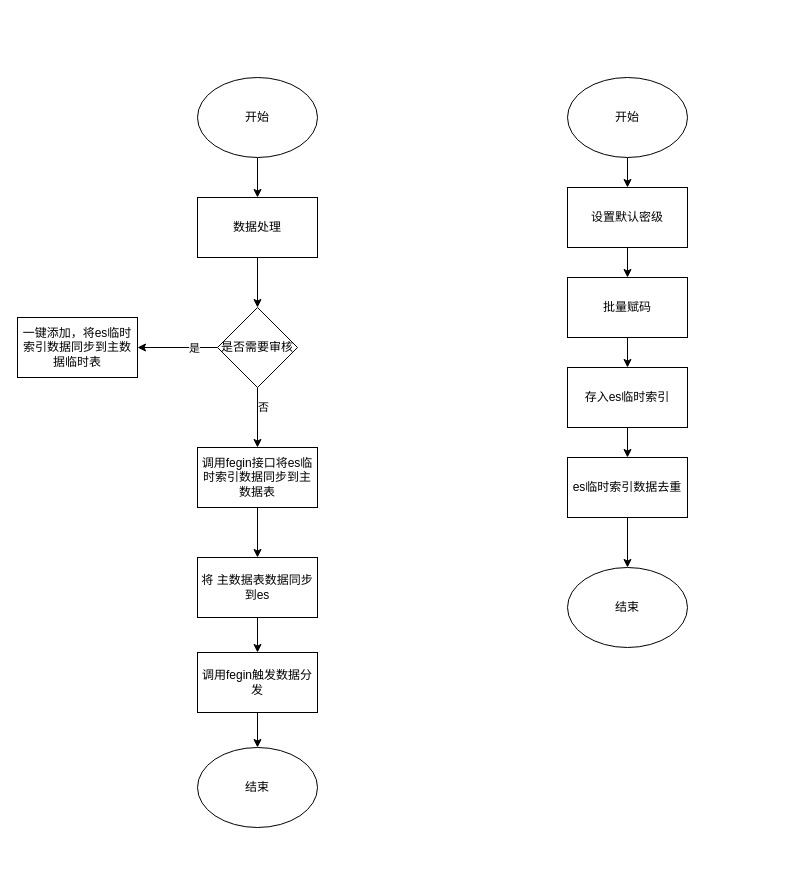
This is 主数据自动化-数据入库.drawio from weiqingping/dw, a draw.io file, before an edit. Source tidied: cells renumbered, new cells numbered last; positions are measured from the earlier drawing's top-left corner, leaving out a move shared by most shapes. Both pictures are drawn from the tidied source at 100%, with x=0, y=0 at pixel (17, 77).
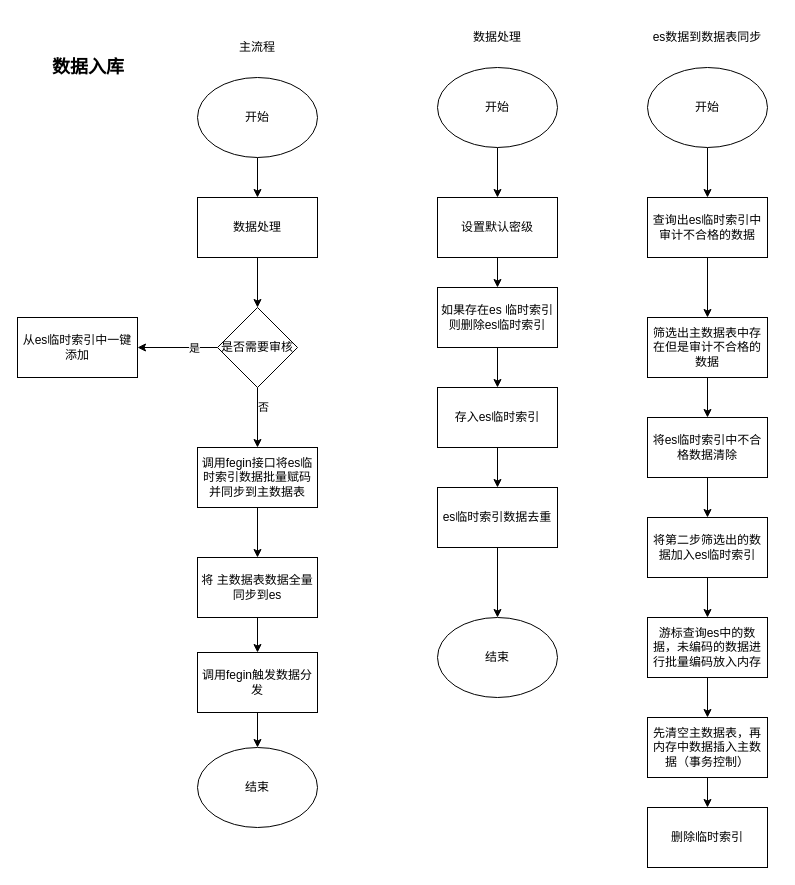
The same diagram, later.

Commit message:
更新主数据自动化-数据入库.drawio

What changed in the source:
```diff
@@
-    <mxCell id="11" value="一键添加，将es临时索引数据同步到主数据临时表" style="rounded=0;whiteSpace=wrap;html=1;" parent="1" vertex="1">
+    <mxCell id="11" value="从es临时索引中一键添加" style="rounded=0;whiteSpace=wrap;html=1;" parent="1" vertex="1">
       <mxGeometry y="240" width="120" height="60" as="geometry" />
     </mxCell>
@@
-    <mxCell id="13" value="调用fegin接口将es临时索引数据同步到主数据表" style="rounded=0;whiteSpace=wrap;html=1;" parent="1" vertex="1">
+    <mxCell id="13" value="调用fegin接口将es临时索引数据批量赋码并同步到主数据表" style="rounded=0;whiteSpace=wrap;html=1;" parent="1" vertex="1">
       <mxGeometry x="180" y="370" width="120" height="60" as="geometry" />
     </mxCell>
@@
     <mxCell id="17" value="开始" style="ellipse;whiteSpace=wrap;html=1;" parent="1" vertex="1">
-      <mxGeometry x="550" width="120" height="80" as="geometry" />
+      <mxGeometry x="420" y="-10" width="120" height="80" as="geometry" />
     </mxCell>
@@
     <mxCell id="19" value="存入es临时索引" style="rounded=0;whiteSpace=wrap;html=1;" parent="1" vertex="1">
-      <mxGeometry x="550" y="290" width="120" height="60" as="geometry" />
+      <mxGeometry x="420" y="310" width="120" height="60" as="geometry" />
     </mxCell>
@@
     <mxCell id="21" value="es临时索引数据去重" style="rounded=0;whiteSpace=wrap;html=1;" parent="1" vertex="1">
-      <mxGeometry x="550" y="380" width="120" height="60" as="geometry" />
+      <mxGeometry x="420" y="410" width="120" height="60" as="geometry" />
     </mxCell>
-    <mxCell id="22" style="edgeStyle=orthogonalEdgeStyle;rounded=0;jettySize=auto;html=1;" parent="1" edge="1" source="23" target="25">
-      <mxGeometry relative="1" as="geometry" />
-    </mxCell>
+    <mxCell id="30" style="edgeStyle=orthogonalEdgeStyle;rounded=0;jettySize=auto;html=1;" parent="1" edge="1" source="23" target="51">
+      <mxGeometry relative="1" as="geometry" />
+    </mxCell>
     <mxCell id="23" value="设置默认密级" style="rounded=0;whiteSpace=wrap;html=1;" parent="1" vertex="1">
-      <mxGeometry x="550" y="110" width="120" height="60" as="geometry" />
+      <mxGeometry x="420" y="120" width="120" height="60" as="geometry" />
     </mxCell>
-    <mxCell id="24" style="edgeStyle=orthogonalEdgeStyle;rounded=0;jettySize=auto;html=1;" parent="1" edge="1" source="25" target="19">
-      <mxGeometry relative="1" as="geometry" />
-    </mxCell>
-    <mxCell id="25" value="批量赋码" style="rounded=0;whiteSpace=wrap;html=1;" parent="1" vertex="1">
-      <mxGeometry x="550" y="200" width="120" height="60" as="geometry" />
-    </mxCell>
@@
-    <mxCell id="27" value="将 主数据表数据同步到es" style="rounded=0;whiteSpace=wrap;html=1;" parent="1" vertex="1">
+    <mxCell id="27" value="将 主数据表数据全量同步到es" style="rounded=0;whiteSpace=wrap;html=1;" parent="1" vertex="1">
       <mxGeometry x="180" y="480" width="120" height="60" as="geometry" />
     </mxCell>
@@
     <mxCell id="29" value="结束" style="ellipse;whiteSpace=wrap;html=1;" parent="1" vertex="1">
-      <mxGeometry x="550" y="490" width="120" height="80" as="geometry" />
+      <mxGeometry x="420" y="540" width="120" height="80" as="geometry" />
     </mxCell>
+    <mxCell id="31" value="主流程" style="text;html=1;align=center;verticalAlign=middle;whiteSpace=wrap;rounded=0;" parent="1" vertex="1">
+      <mxGeometry x="210" y="-50" width="60" height="40" as="geometry" />
+    </mxCell>
+    <mxCell id="32" value="数据处理" style="text;html=1;align=center;verticalAlign=middle;whiteSpace=wrap;rounded=0;" parent="1" vertex="1">
+      <mxGeometry x="450" y="-60" width="60" height="40" as="geometry" />
+    </mxCell>
+    <mxCell id="33" style="edgeStyle=orthogonalEdgeStyle;rounded=0;jettySize=auto;html=1;" parent="1" edge="1" source="34" target="37">
+      <mxGeometry relative="1" as="geometry" />
+    </mxCell>
+    <mxCell id="34" value="开始" style="ellipse;whiteSpace=wrap;html=1;" parent="1" vertex="1">
+      <mxGeometry x="630" y="-10" width="120" height="80" as="geometry" />
+    </mxCell>
+    <mxCell id="35" value="es数据到数据表同步" style="text;html=1;align=center;verticalAlign=middle;whiteSpace=wrap;rounded=0;" parent="1" vertex="1">
+      <mxGeometry x="620" y="-57.5" width="140" height="35" as="geometry" />
+    </mxCell>
+    <mxCell id="36" style="edgeStyle=orthogonalEdgeStyle;rounded=0;jettySize=auto;html=1;" parent="1" edge="1" source="37" target="39">
+      <mxGeometry relative="1" as="geometry" />
+    </mxCell>
+    <mxCell id="37" value="查询出es临时索引中审计不合格的数据" style="rounded=0;whiteSpace=wrap;html=1;" parent="1" vertex="1">
+      <mxGeometry x="630" y="120" width="120" height="60" as="geometry" />
+    </mxCell>
+    <mxCell id="38" style="edgeStyle=orthogonalEdgeStyle;rounded=0;jettySize=auto;html=1;" parent="1" edge="1" source="39" target="41">
+      <mxGeometry relative="1" as="geometry" />
+    </mxCell>
+    <mxCell id="39" value="筛选出主数据表中存在但是审计不合格的数据" style="rounded=0;whiteSpace=wrap;html=1;" parent="1" vertex="1">
+      <mxGeometry x="630" y="240" width="120" height="60" as="geometry" />
+    </mxCell>
+    <mxCell id="40" style="edgeStyle=orthogonalEdgeStyle;rounded=0;jettySize=auto;html=1;" parent="1" edge="1" source="41" target="43">
+      <mxGeometry relative="1" as="geometry" />
+    </mxCell>
+    <mxCell id="41" value="将es临时索引中不合格数据清除" style="rounded=0;whiteSpace=wrap;html=1;" parent="1" vertex="1">
+      <mxGeometry x="630" y="340" width="120" height="60" as="geometry" />
+    </mxCell>
+    <mxCell id="42" style="edgeStyle=orthogonalEdgeStyle;rounded=0;jettySize=auto;html=1;" parent="1" edge="1" source="43" target="47">
+      <mxGeometry relative="1" as="geometry" />
+    </mxCell>
+    <mxCell id="43" value="将第二步筛选出的数据加入es临时索引" style="rounded=0;whiteSpace=wrap;html=1;" parent="1" vertex="1">
+      <mxGeometry x="630" y="440" width="120" height="60" as="geometry" />
+    </mxCell>
+    <mxCell id="44" style="edgeStyle=orthogonalEdgeStyle;rounded=0;jettySize=auto;html=1;" parent="1" edge="1" source="45" target="49">
+      <mxGeometry relative="1" as="geometry" />
+    </mxCell>
+    <mxCell id="45" value="先清空主数据表，再内存中数据插入主数据（事务控制）" style="rounded=0;whiteSpace=wrap;html=1;" parent="1" vertex="1">
+      <mxGeometry x="630" y="640" width="120" height="60" as="geometry" />
+    </mxCell>
+    <mxCell id="46" style="edgeStyle=orthogonalEdgeStyle;rounded=0;jettySize=auto;html=1;" parent="1" edge="1" source="47" target="45">
+      <mxGeometry relative="1" as="geometry" />
+    </mxCell>
+    <mxCell id="47" value="游标查询es中的数据，未编码的数据进行批量编码放入内存" style="rounded=0;whiteSpace=wrap;html=1;" parent="1" vertex="1">
+      <mxGeometry x="630" y="540" width="120" height="60" as="geometry" />
+    </mxCell>
+    <mxCell id="48" value="&lt;b&gt;&lt;font style=&quot;font-size: 18px;&quot;&gt;数据入库&lt;/font&gt;&lt;/b&gt;" style="text;html=1;spacing=5;spacingTop=-20;whiteSpace=wrap;overflow=hidden;rounded=0;" parent="1" vertex="1">
+      <mxGeometry x="30" y="-10" width="170" height="30" as="geometry" />
+    </mxCell>
+    <mxCell id="49" value="删除临时索引" style="rounded=0;whiteSpace=wrap;html=1;" parent="1" vertex="1">
+      <mxGeometry x="630" y="730" width="120" height="60" as="geometry" />
+    </mxCell>
+    <mxCell id="50" style="edgeStyle=orthogonalEdgeStyle;rounded=0;jettySize=auto;html=1;" parent="1" edge="1" source="51" target="19">
+      <mxGeometry relative="1" as="geometry" />
+    </mxCell>
+    <mxCell id="51" value="如果存在es 临时索引则删除es临时索引" style="rounded=0;whiteSpace=wrap;html=1;" parent="1" vertex="1">
+      <mxGeometry x="420" y="210" width="120" height="60" as="geometry" />
+    </mxCell>
```
